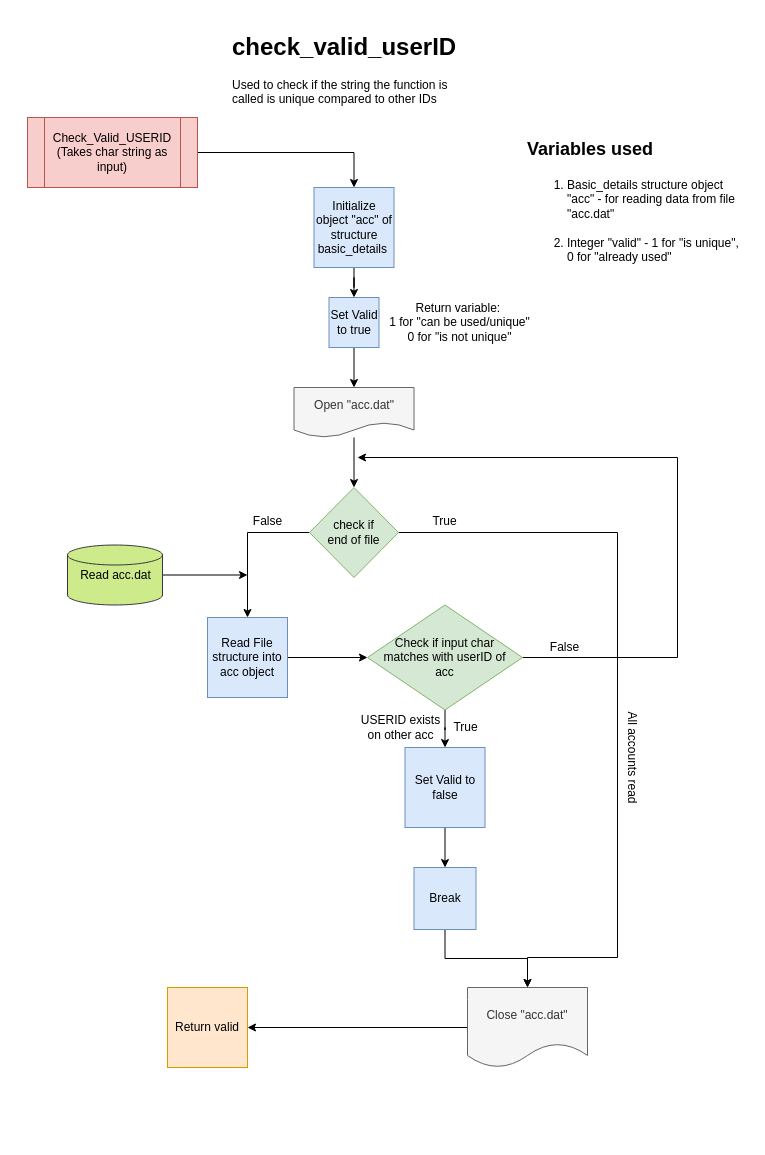
Before: Flow Charts/4. check_valid_userID.drawio in dhruvbanerjee77/FARMHOUSE-A-Marketing-Portal, a draw.io diagram. Source tidied: cells renumbered, new cells numbered last; positions are measured from the earlier drawing's top-left corner, leaving out a move shared by most shapes. Both pictures are drawn from the tidied source at 100%, with x=0, y=0 at pixel (27, 27).
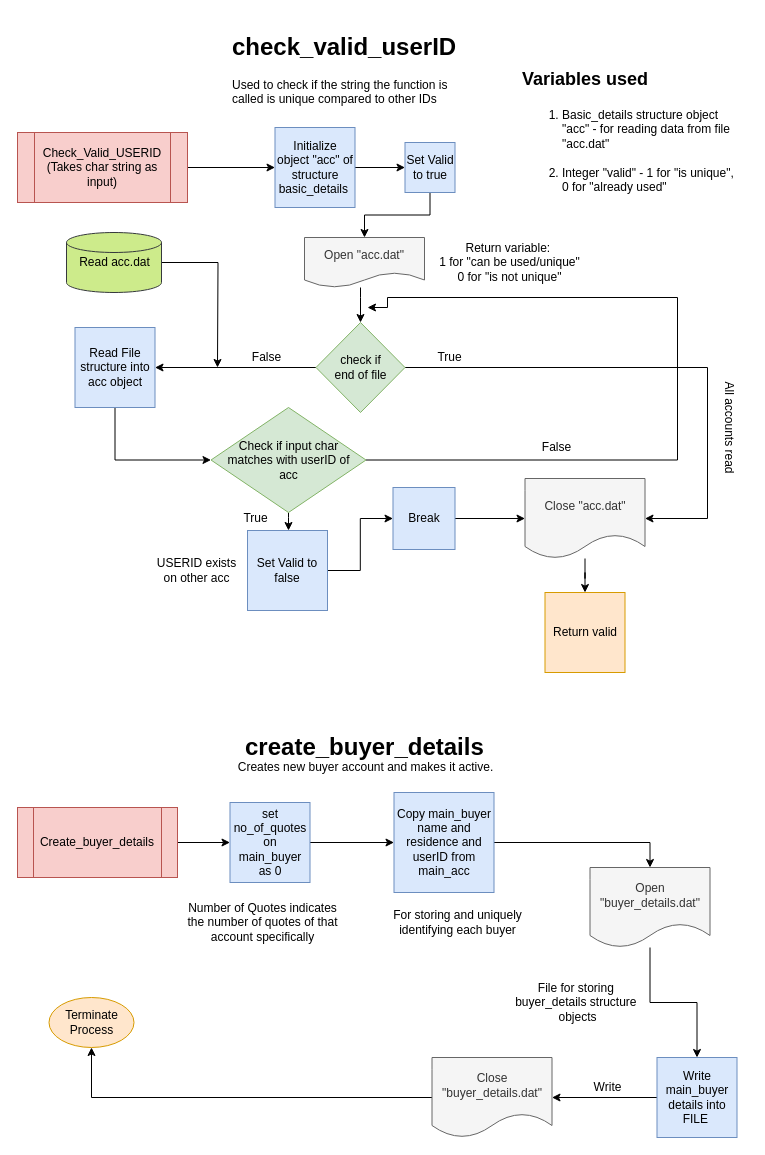
The same page after the edit.

What changed in the source:
```diff
@@
-    <mxCell id="2" style="edgeStyle=orthogonalEdgeStyle;rounded=0;jettySize=auto;html=1;entryX=0.5;entryY=0;entryDx=0;entryDy=0;" parent="1" edge="1" source="3" target="7">
+    <mxCell id="2" style="edgeStyle=orthogonalEdgeStyle;rounded=0;jettySize=auto;html=1;entryX=0;entryY=0.5;entryDx=0;entryDy=0;" parent="1" edge="1" source="3" target="7">
       <mxGeometry relative="1" as="geometry" />
     </mxCell>
     <mxCell id="3" value="Check_Valid_USERID (Takes char string as input)" style="shape=process;whiteSpace=wrap;html=1;backgroundOutline=1;spacingLeft=20;spacingRight=20;fillColor=#f8cecc;strokeColor=#b85450;" parent="1" vertex="1">
-      <mxGeometry y="90" width="170" height="70" as="geometry" />
+      <mxGeometry x="-10" y="105" width="170" height="70" as="geometry" />
     </mxCell>
     <mxCell id="4" style="edgeStyle=orthogonalEdgeStyle;rounded=0;jettySize=auto;html=1;" parent="1" edge="1" source="5" target="10">
-      <mxGeometry relative="1" as="geometry" />
+      <mxGeometry relative="1" as="geometry">
+        <Array as="points">
+          <mxPoint x="333" y="270" />
+          <mxPoint x="333" y="270" />
+        </Array>
+      </mxGeometry>
     </mxCell>
     <mxCell id="5" value="Open &quot;acc.dat&quot;" style="shape=document;whiteSpace=wrap;html=1;boundedLbl=1;fillColor=#f5f5f5;strokeColor=#666666;fontColor=#333333;" parent="1" vertex="1">
-      <mxGeometry x="266.5" y="360" width="120" height="50" as="geometry" />
+      <mxGeometry x="277" y="210" width="120" height="50" as="geometry" />
     </mxCell>
@@
     <mxCell id="7" value="Initialize object &quot;acc&quot; of structure basic_details&amp;nbsp;" style="whiteSpace=wrap;html=1;fillColor=#dae8fc;strokeColor=#6c8ebf;" parent="1" vertex="1">
-      <mxGeometry x="286.5" y="160" width="80" height="80" as="geometry" />
+      <mxGeometry x="247.5" y="100" width="80" height="80" as="geometry" />
     </mxCell>
-    <mxCell id="8" style="edgeStyle=orthogonalEdgeStyle;rounded=0;jettySize=auto;html=1;entryX=0.5;entryY=0;entryDx=0;entryDy=0;" parent="1" edge="1" source="10" target="12">
+    <mxCell id="8" style="edgeStyle=orthogonalEdgeStyle;rounded=0;jettySize=auto;html=1;entryX=1;entryY=0.5;entryDx=0;entryDy=0;" parent="1" edge="1" source="10" target="12">
       <mxGeometry relative="1" as="geometry" />
     </mxCell>
-    <mxCell id="9" style="edgeStyle=orthogonalEdgeStyle;rounded=0;jettySize=auto;html=1;entryX=0.5;entryY=0;entryDx=0;entryDy=0;" parent="1" edge="1" source="10" target="25">
+    <mxCell id="9" style="edgeStyle=orthogonalEdgeStyle;rounded=0;jettySize=auto;html=1;exitX=1;exitY=0.5;exitDx=0;exitDy=0;entryX=1;entryY=0.5;entryDx=0;entryDy=0;" parent="1" edge="1" source="10" target="25">
       <mxGeometry relative="1" as="geometry">
         <Array as="points">
-          <mxPoint x="590" y="505" />
-          <mxPoint x="590" y="930" />
-          <mxPoint x="500" y="930" />
+          <mxPoint x="680" y="340" />
+          <mxPoint x="680" y="491" />
         </Array>
       </mxGeometry>
     </mxCell>
     <mxCell id="10" value="check if end of file" style="rhombus;whiteSpace=wrap;html=1;spacingLeft=15;spacingRight=15;fillColor=#d5e8d4;strokeColor=#82b366;" parent="1" vertex="1">
-      <mxGeometry x="282" y="460" width="89" height="90" as="geometry" />
+      <mxGeometry x="288.5" y="295" width="89" height="90" as="geometry" />
     </mxCell>
-    <mxCell id="11" style="edgeStyle=orthogonalEdgeStyle;rounded=0;jettySize=auto;html=1;" parent="1" edge="1" source="12" target="15">
-      <mxGeometry relative="1" as="geometry" />
+    <mxCell id="11" style="edgeStyle=orthogonalEdgeStyle;rounded=0;jettySize=auto;html=1;entryX=0;entryY=0.5;entryDx=0;entryDy=0;" parent="1" edge="1" source="12" target="15">
+      <mxGeometry relative="1" as="geometry">
+        <Array as="points">
+          <mxPoint x="87" y="433" />
+        </Array>
+      </mxGeometry>
     </mxCell>
     <mxCell id="12" value="Read File structure into acc object" style="whiteSpace=wrap;html=1;fillColor=#dae8fc;strokeColor=#6c8ebf;" parent="1" vertex="1">
-      <mxGeometry x="180" y="590" width="80" height="80" as="geometry" />
+      <mxGeometry x="47.5" y="300" width="80" height="80" as="geometry" />
     </mxCell>
+    <mxCell id="14" style="edgeStyle=orthogonalEdgeStyle;rounded=0;jettySize=auto;html=1;" parent="1" edge="1" source="15">
+      <mxGeometry relative="1" as="geometry">
+        <mxPoint x="340" y="280" as="targetPoint" />
+        <Array as="points">
+          <mxPoint x="650" y="433" />
+          <mxPoint x="650" y="270" />
+          <mxPoint x="360" y="270" />
+          <mxPoint x="360" y="280" />
+        </Array>
+      </mxGeometry>
+    </mxCell>
     <mxCell id="13" style="edgeStyle=orthogonalEdgeStyle;rounded=0;jettySize=auto;html=1;" parent="1" edge="1" source="15" target="21">
-      <mxGeometry relative="1" as="geometry" />
+      <mxGeometry relative="1" as="geometry">
+        <Array as="points">
+          <mxPoint x="261" y="490" />
+          <mxPoint x="261" y="490" />
+        </Array>
+      </mxGeometry>
     </mxCell>
-    <mxCell id="14" style="edgeStyle=orthogonalEdgeStyle;rounded=0;jettySize=auto;html=1;" parent="1" edge="1" source="15">
-      <mxGeometry relative="1" as="geometry">
-        <mxPoint x="330" y="430" as="targetPoint" />
-        <Array as="points">
-          <mxPoint x="650" y="630" />
-          <mxPoint x="650" y="430" />
-        </Array>
-      </mxGeometry>
-    </mxCell>
     <mxCell id="15" value="Check if input char matches with userID of acc" style="rhombus;whiteSpace=wrap;html=1;spacingLeft=15;spacingRight=15;fillColor=#d5e8d4;strokeColor=#82b366;" parent="1" vertex="1">
-      <mxGeometry x="340" y="577.5" width="155" height="105" as="geometry" />
+      <mxGeometry x="183.5" y="380" width="155" height="105" as="geometry" />
     </mxCell>
@@
     <mxCell id="17" value="Set Valid to true" style="whiteSpace=wrap;html=1;fillColor=#dae8fc;strokeColor=#6c8ebf;" parent="1" vertex="1">
-      <mxGeometry x="301.5" y="270" width="50" height="50" as="geometry" />
+      <mxGeometry x="377.5" y="115" width="50" height="50" as="geometry" />
     </mxCell>
     <mxCell id="18" style="edgeStyle=orthogonalEdgeStyle;rounded=0;jettySize=auto;html=1;" parent="1" edge="1" source="19">
       <mxGeometry relative="1" as="geometry">
-        <mxPoint x="220" y="547.5" as="targetPoint" />
+        <mxPoint x="190" y="340" as="targetPoint" />
       </mxGeometry>
     </mxCell>
     <mxCell id="19" value="Read acc.dat" style="strokeWidth=1;html=1;shape=mxgraph.flowchart.database;fillColor=#cdeb8b;strokeColor=#36393d;" parent="1" vertex="1">
-      <mxGeometry x="40" y="517.5" width="95" height="60" as="geometry" />
+      <mxGeometry x="39" y="205" width="95" height="60" as="geometry" />
     </mxCell>
@@
     <mxCell id="21" value="Set Valid to false" style="whiteSpace=wrap;html=1;strokeWidth=1;fillColor=#dae8fc;strokeColor=#6c8ebf;" parent="1" vertex="1">
-      <mxGeometry x="377.5" y="720" width="80" height="80" as="geometry" />
+      <mxGeometry x="220" y="503" width="80" height="80" as="geometry" />
     </mxCell>
-    <mxCell id="22" style="edgeStyle=orthogonalEdgeStyle;rounded=0;jettySize=auto;html=1;" parent="1" edge="1" source="23" target="25">
-      <mxGeometry relative="1" as="geometry" />
-    </mxCell>
-    <mxCell id="23" value="Break" style="whiteSpace=wrap;html=1;strokeWidth=1;fillColor=#dae8fc;strokeColor=#6c8ebf;" parent="1" vertex="1">
-      <mxGeometry x="386.5" y="840" width="62" height="62" as="geometry" />
-    </mxCell>
-    <mxCell id="24" style="edgeStyle=orthogonalEdgeStyle;rounded=0;jettySize=auto;html=1;entryX=1;entryY=0.5;entryDx=0;entryDy=0;" parent="1" edge="1" source="25" target="26">
+    <mxCell id="24" style="edgeStyle=orthogonalEdgeStyle;rounded=0;jettySize=auto;html=1;" parent="1" edge="1" source="25" target="26">
       <mxGeometry relative="1" as="geometry" />
     </mxCell>
     <mxCell id="25" value="Close &quot;acc.dat&quot;" style="shape=document;whiteSpace=wrap;html=1;boundedLbl=1;strokeWidth=1;fillColor=#f5f5f5;strokeColor=#666666;fontColor=#333333;" parent="1" vertex="1">
-      <mxGeometry x="440" y="960" width="120" height="80" as="geometry" />
+      <mxGeometry x="497.5" y="451" width="120" height="80" as="geometry" />
     </mxCell>
     <mxCell id="26" value="Return valid" style="whiteSpace=wrap;html=1;strokeWidth=1;fillColor=#ffe6cc;strokeColor=#d79b00;" parent="1" vertex="1">
-      <mxGeometry x="140" y="960" width="80" height="80" as="geometry" />
+      <mxGeometry x="517.5" y="565" width="80" height="80" as="geometry" />
     </mxCell>
@@
     <mxCell id="28" value="&lt;h1&gt;&lt;font style=&quot;font-size: 18px&quot;&gt;Variables used&lt;/font&gt;&lt;/h1&gt;&lt;p&gt;&lt;/p&gt;&lt;ol&gt;&lt;li&gt;Basic_details structure object &quot;acc&quot; - for reading data from file &quot;acc.dat&quot;&lt;br&gt;&lt;br&gt;&lt;/li&gt;&lt;li&gt;Integer &quot;valid&quot; - 1 for &quot;is unique&quot;, 0 for &quot;already used&quot;&lt;/li&gt;&lt;/ol&gt;&lt;p&gt;&lt;/p&gt;" style="text;html=1;strokeColor=none;fillColor=none;spacing=5;spacingTop=-20;whiteSpace=wrap;overflow=hidden;rounded=0;" parent="1" vertex="1">
-      <mxGeometry x="495" y="100" width="225" height="160" as="geometry" />
+      <mxGeometry x="490" y="30" width="225" height="160" as="geometry" />
     </mxCell>
     <mxCell id="29" value="Return variable:&amp;nbsp;&lt;br&gt;1 for &quot;can be used/unique&quot;&lt;br&gt;0 for &quot;is not unique&quot;" style="text;html=1;align=center;verticalAlign=middle;" parent="1" vertex="1">
-      <mxGeometry x="351.5" y="270" width="160" height="50" as="geometry" />
+      <mxGeometry x="402" y="210" width="160" height="50" as="geometry" />
     </mxCell>
     <mxCell id="30" value="True" style="text;html=1;align=center;verticalAlign=middle;" parent="1" vertex="1">
-      <mxGeometry x="397" y="484" width="40" height="20" as="geometry" />
+      <mxGeometry x="402" y="320" width="40" height="20" as="geometry" />
     </mxCell>
     <mxCell id="31" value="False" style="text;html=1;align=center;verticalAlign=middle;" parent="1" vertex="1">
-      <mxGeometry x="215" y="484" width="50" height="20" as="geometry" />
+      <mxGeometry x="214" y="320" width="50" height="20" as="geometry" />
     </mxCell>
     <mxCell id="32" value="True" style="text;html=1;align=center;verticalAlign=middle;" parent="1" vertex="1">
-      <mxGeometry x="417.5" y="690" width="40" height="20" as="geometry" />
+      <mxGeometry x="207.5" y="481" width="40" height="20" as="geometry" />
     </mxCell>
     <mxCell id="33" value="USERID exists &lt;br&gt;on other acc" style="text;html=1;align=center;verticalAlign=middle;" parent="1" vertex="1">
-      <mxGeometry x="327.5" y="685" width="90" height="30" as="geometry" />
+      <mxGeometry x="124" y="528" width="90" height="30" as="geometry" />
     </mxCell>
     <mxCell id="34" value="False" style="text;html=1;align=center;verticalAlign=middle;" parent="1" vertex="1">
-      <mxGeometry x="512" y="610" width="50" height="20" as="geometry" />
+      <mxGeometry x="504" y="410" width="50" height="20" as="geometry" />
     </mxCell>
     <mxCell id="35" value="All accounts read" style="text;html=1;align=center;verticalAlign=middle;rotation=90;" parent="1" vertex="1">
-      <mxGeometry x="550" y="720" width="110" height="20" as="geometry" />
+      <mxGeometry x="647" y="390" width="110" height="20" as="geometry" />
     </mxCell>
+    <mxCell id="22" style="edgeStyle=orthogonalEdgeStyle;rounded=0;jettySize=auto;html=1;" parent="1" edge="1" source="23" target="25">
+      <mxGeometry relative="1" as="geometry" />
+    </mxCell>
+    <mxCell id="23" value="Break" style="whiteSpace=wrap;html=1;strokeWidth=1;fillColor=#dae8fc;strokeColor=#6c8ebf;" parent="1" vertex="1">
+      <mxGeometry x="365.5" y="460" width="62" height="62" as="geometry" />
+    </mxCell>
+    <mxCell id="36" style="edgeStyle=orthogonalEdgeStyle;rounded=0;jettySize=auto;html=1;entryX=0;entryY=0.5;entryDx=0;entryDy=0;" parent="1" edge="1" source="37" target="48">
+      <mxGeometry relative="1" as="geometry" />
+    </mxCell>
+    <mxCell id="37" value="Create_buyer_details" style="shape=process;whiteSpace=wrap;html=1;backgroundOutline=1;strokeWidth=1;fillColor=#f8cecc;strokeColor=#b85450;" parent="1" vertex="1">
+      <mxGeometry x="-10" y="780" width="160" height="70" as="geometry" />
+    </mxCell>
+    <mxCell id="38" style="edgeStyle=orthogonalEdgeStyle;rounded=0;jettySize=auto;html=1;entryX=0.5;entryY=0;entryDx=0;entryDy=0;" parent="1" edge="1" source="39" target="41">
+      <mxGeometry relative="1" as="geometry" />
+    </mxCell>
+    <mxCell id="39" value="Copy main_buyer name and residence and userID from main_acc" style="whiteSpace=wrap;html=1;strokeWidth=1;fillColor=#dae8fc;strokeColor=#6c8ebf;" parent="1" vertex="1">
+      <mxGeometry x="366.5" y="765" width="100" height="100" as="geometry" />
+    </mxCell>
+    <mxCell id="40" style="edgeStyle=orthogonalEdgeStyle;rounded=0;jettySize=auto;html=1;entryX=0.5;entryY=0;entryDx=0;entryDy=0;" parent="1" edge="1" source="41" target="43">
+      <mxGeometry relative="1" as="geometry" />
+    </mxCell>
+    <mxCell id="41" value="Open &quot;buyer_details.dat&quot;" style="shape=document;whiteSpace=wrap;html=1;boundedLbl=1;strokeWidth=1;fillColor=#f5f5f5;strokeColor=#666666;fontColor=#333333;" parent="1" vertex="1">
+      <mxGeometry x="562.5" y="840" width="120" height="80" as="geometry" />
+    </mxCell>
+    <mxCell id="42" style="edgeStyle=orthogonalEdgeStyle;rounded=0;jettySize=auto;html=1;entryX=1;entryY=0.5;entryDx=0;entryDy=0;" parent="1" edge="1" source="43" target="45">
+      <mxGeometry relative="1" as="geometry" />
+    </mxCell>
+    <mxCell id="43" value="Write main_buyer details into FILE&amp;nbsp;" style="whiteSpace=wrap;html=1;strokeWidth=1;fillColor=#dae8fc;strokeColor=#6c8ebf;" parent="1" vertex="1">
+      <mxGeometry x="629.5" y="1030" width="80" height="80" as="geometry" />
+    </mxCell>
+    <mxCell id="44" style="edgeStyle=orthogonalEdgeStyle;rounded=0;jettySize=auto;html=1;" parent="1" edge="1" source="45" target="46">
+      <mxGeometry relative="1" as="geometry" />
+    </mxCell>
+    <mxCell id="45" value="Close &quot;buyer_details.dat&quot;" style="shape=document;whiteSpace=wrap;html=1;boundedLbl=1;strokeWidth=1;fillColor=#f5f5f5;strokeColor=#666666;fontColor=#333333;" parent="1" vertex="1">
+      <mxGeometry x="404.5" y="1030" width="120" height="80" as="geometry" />
+    </mxCell>
+    <mxCell id="46" value="Terminate Process" style="ellipse;whiteSpace=wrap;html=1;strokeWidth=1;fillColor=#ffe6cc;strokeColor=#d79b00;" parent="1" vertex="1">
+      <mxGeometry x="21.5" y="970" width="85" height="50" as="geometry" />
+    </mxCell>
+    <mxCell id="47" style="edgeStyle=orthogonalEdgeStyle;rounded=0;jettySize=auto;html=1;" parent="1" edge="1" source="48" target="39">
+      <mxGeometry relative="1" as="geometry" />
+    </mxCell>
+    <mxCell id="48" value="set no_of_quotes on main_buyer as 0" style="whiteSpace=wrap;html=1;strokeWidth=1;fillColor=#dae8fc;strokeColor=#6c8ebf;" parent="1" vertex="1">
+      <mxGeometry x="202.5" y="775" width="80" height="80" as="geometry" />
+    </mxCell>
+    <mxCell id="49" value="&lt;h1&gt;create_buyer_details&lt;/h1&gt;&lt;p&gt;&lt;br&gt;&lt;/p&gt;" style="text;html=1;strokeColor=none;fillColor=none;spacing=5;spacingTop=-20;whiteSpace=wrap;overflow=hidden;rounded=0;" parent="1" vertex="1">
+      <mxGeometry x="212.5" y="700" width="250" height="50" as="geometry" />
+    </mxCell>
+    <mxCell id="50" value="Number of Quotes indicates&lt;br&gt;the number of quotes of that&lt;br&gt;account specifically" style="text;html=1;align=center;verticalAlign=middle;" parent="1" vertex="1">
+      <mxGeometry x="150" y="870" width="170" height="50" as="geometry" />
+    </mxCell>
+    <mxCell id="51" value="For storing and uniquely&lt;br&gt;identifying each buyer" style="text;html=1;align=center;verticalAlign=middle;" parent="1" vertex="1">
+      <mxGeometry x="360" y="880" width="140" height="30" as="geometry" />
+    </mxCell>
+    <mxCell id="52" value="Write" style="text;html=1;align=center;verticalAlign=middle;" parent="1" vertex="1">
+      <mxGeometry x="560" y="1050" width="40" height="20" as="geometry" />
+    </mxCell>
+    <mxCell id="53" value="File for storing&amp;nbsp;&lt;br&gt;buyer_details structure&amp;nbsp;&lt;br&gt;objects" style="text;html=1;align=center;verticalAlign=middle;" parent="1" vertex="1">
+      <mxGeometry x="480" y="950" width="140" height="50" as="geometry" />
+    </mxCell>
+    <mxCell id="54" value="&lt;span style=&quot;text-align: left&quot;&gt;Creates new buyer account and makes it active.&lt;/span&gt;" style="text;html=1;align=center;verticalAlign=middle;" parent="1" vertex="1">
+      <mxGeometry x="202.5" y="730" width="270" height="20" as="geometry" />
+    </mxCell>
```
